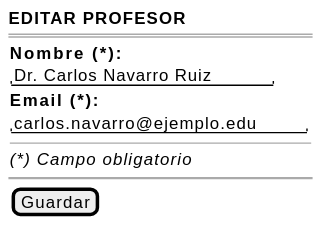
This is images/RUP/01-requisitos/03-detalle-casos-uso/editarProfesor/wireframe.svg from mmasias/pyCeldaPublico, a PlantUML export, as it was before one commit.
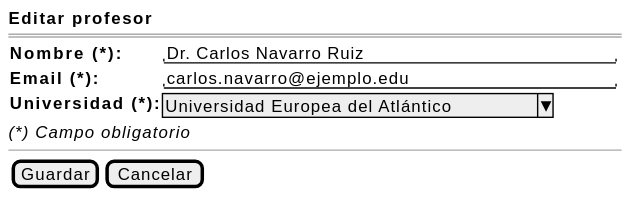
After the change.

The edit, as a diff of the source:
```diff
@@ -1,16 +1,14 @@
 @startsalt editarProfesor-wireframe
 {
-    <b>EDITAR PROFESOR</b>
+    <b>Editar profesor</b>
     ====
     {
-        <b>Nombre (*):</b>
-        "Dr. Carlos Navarro Ruiz"
-        <b>Email (*):</b>
-        "carlos.navarro@ejemplo.edu"
-        --
-        <i>(*) Campo obligatorio</i>
+        <b>Nombre (*):</b> | "Dr. Carlos Navarro Ruiz                 "
+        <b>Email (*):</b> | "carlos.navarro@ejemplo.edu              "
+        <b>Universidad (*):</b> | ^Universidad Europea del Atlántico^
     }
-    ~~
-    {[Guardar]}
+    <i>(*) Campo obligatorio</i>
+    --
+    {[Guardar] | [Cancelar]}
 }
 @endsalt
```
